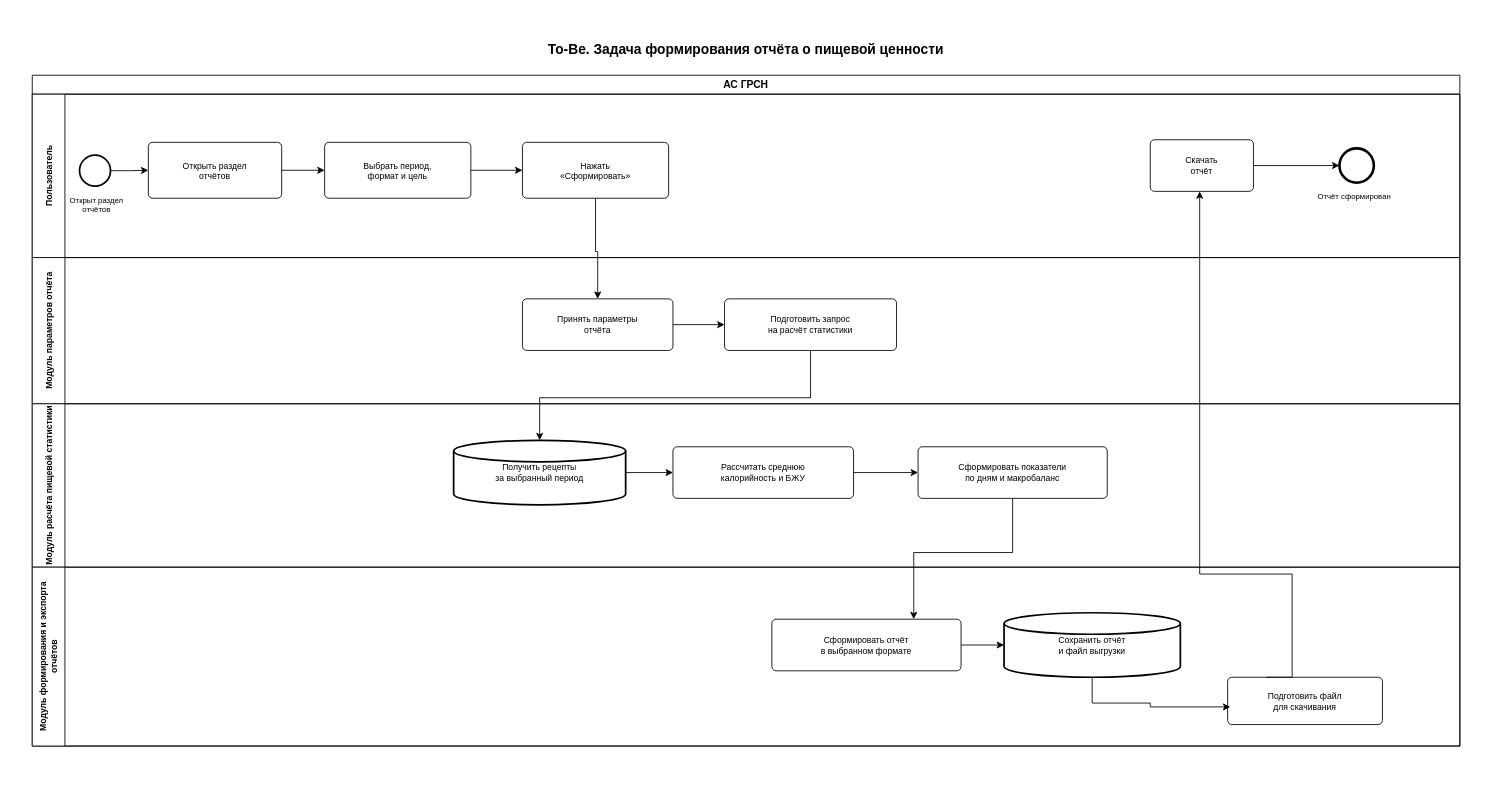
Earlier version of the draw.io diagram Optimization-Methods/laba_2/diagrams/To-Be/To-Be_Формирование_отчёта_о_пищевой_ценности_BPMN.drawio (Skipl1/ASOIU). Source tidied: cells renumbered, new cells numbered last; positions are measured from the earlier drawing's top-left corner, leaving out a move shared by most shapes. Both pictures are drawn from the tidied source at 86%, with x=0, y=0 at pixel (15, 15).
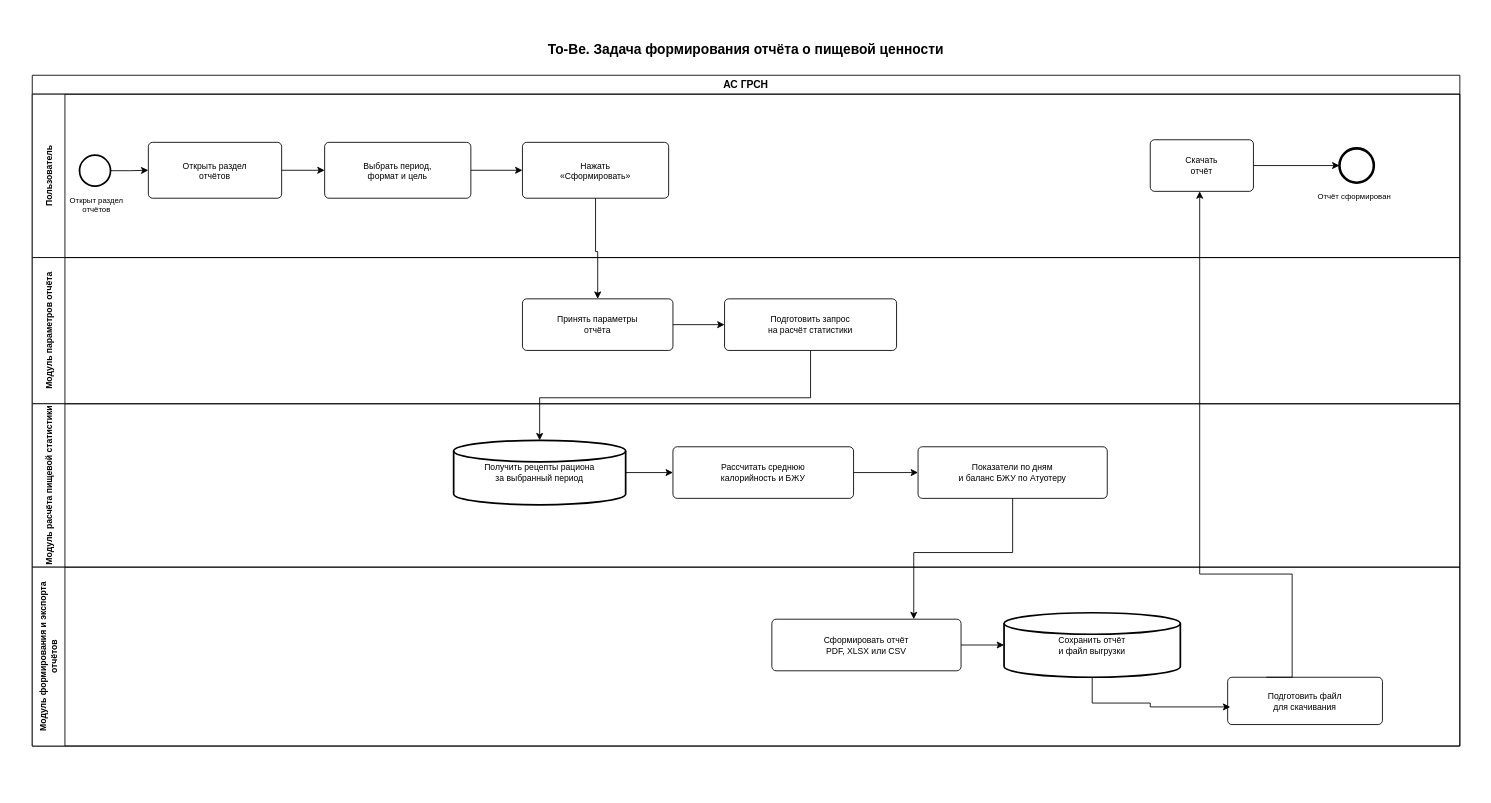
Above is the later version.

What changed in the source:
```diff
@@
-    <mxCell id="22" value="Получить рецепты&lt;br&gt;за выбранный период" style="strokeWidth=2;html=1;shape=mxgraph.flowchart.database;whiteSpace=wrap;fillColor=#ffffff;strokeColor=#000000;fontSize=10;" parent="1" vertex="1">
+    <mxCell id="22" value="Получить рецепты рациона&lt;br&gt;за выбранный период" style="strokeWidth=2;html=1;shape=mxgraph.flowchart.database;whiteSpace=wrap;fillColor=#ffffff;strokeColor=#000000;fontSize=10;" parent="1" vertex="1">
       <mxGeometry x="510" y="494.5" width="200" height="75" as="geometry" />
     </mxCell>
-    <mxCell id="23" value="Сформировать показатели&lt;br&gt;по дням и макробаланс" style="rounded=1;whiteSpace=wrap;html=1;arcSize=10;absoluteArcSize=1;fillColor=#ffffff;strokeColor=#000000;fontSize=10;" parent="1" vertex="1">
+    <mxCell id="23" value="Показатели по дням&lt;br&gt;и баланс БЖУ по Атуотеру" style="rounded=1;whiteSpace=wrap;html=1;arcSize=10;absoluteArcSize=1;fillColor=#ffffff;strokeColor=#000000;fontSize=10;" parent="1" vertex="1">
       <mxGeometry x="1050" y="502" width="220" height="60" as="geometry" />
     </mxCell>
-    <mxCell id="24" value="Сформировать отчёт&lt;br&gt;в выбранном формате" style="rounded=1;whiteSpace=wrap;html=1;arcSize=10;absoluteArcSize=1;fillColor=#ffffff;strokeColor=#000000;fontSize=10;" parent="1" vertex="1">
+    <mxCell id="24" value="Сформировать отчёт&lt;br&gt;PDF, XLSX или CSV" style="rounded=1;whiteSpace=wrap;html=1;arcSize=10;absoluteArcSize=1;fillColor=#ffffff;strokeColor=#000000;fontSize=10;" parent="1" vertex="1">
       <mxGeometry x="880" y="702.5" width="220" height="60" as="geometry" />
     </mxCell>
```
